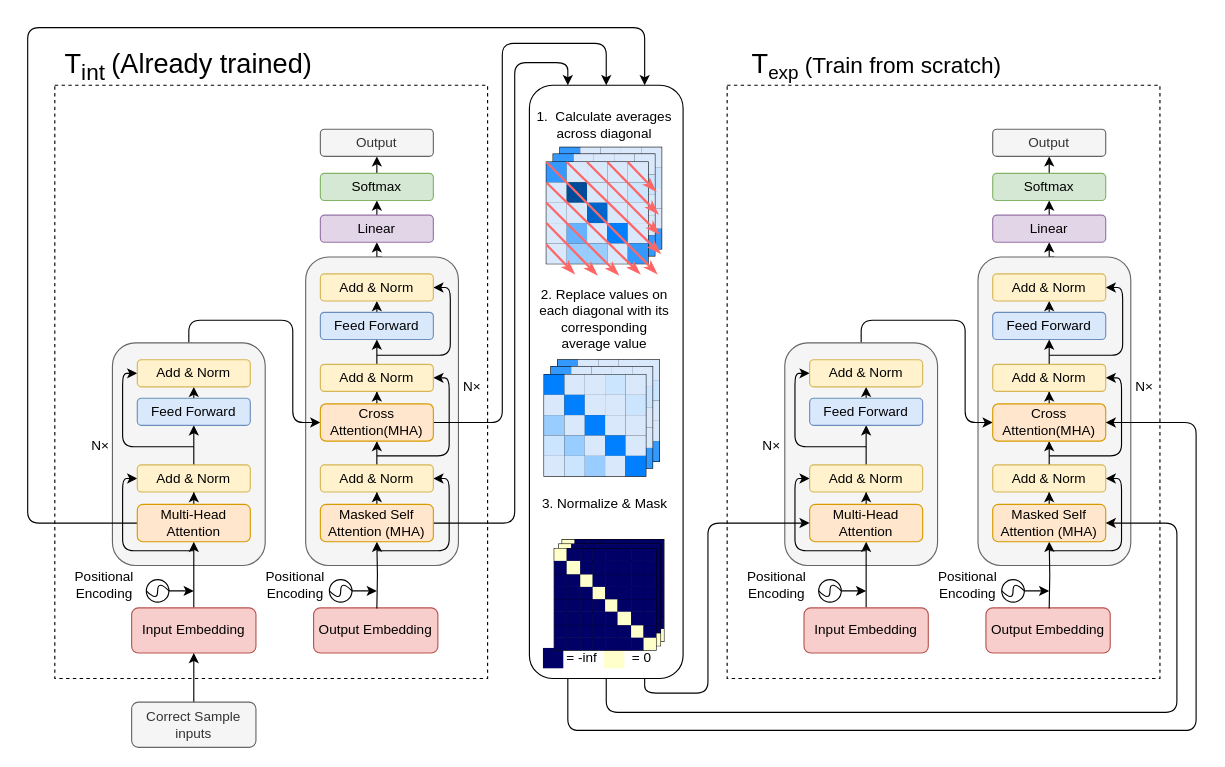
Above: graphs/Untitled Diagram.drawio in shaoxiongduan/AttentionBiasCalibration (draw.io), before the change. Source tidied: cells renumbered, new cells numbered last; positions are measured from the earlier drawing's top-left corner, leaving out a move shared by most shapes. Both pictures are drawn from the tidied source at 113%, with x=0, y=0 at pixel (27, 27).
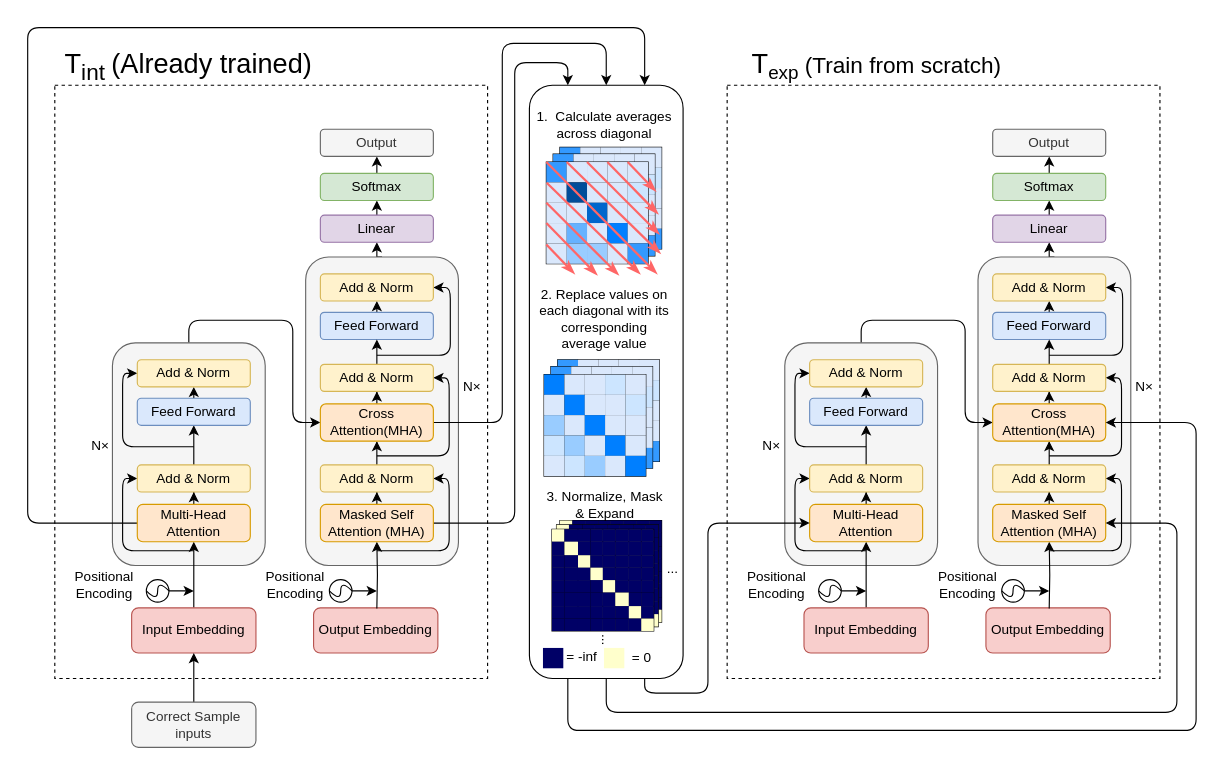
The same page after the edit.

Unchanged cells that the change refers to:
```xml
<mxCell id="308" style="group;" parent="1" vertex="1">
  <mxGeometry x="469" y="421" width="116" height="126" as="geometry" />
</mxCell>
```

Change to the diagram source:
```diff
@@
     <mxCell id="309" style="shape=table;startSize=0;childLayout=tableLayout;fontSize=16;" parent="308" vertex="1">
-      <mxGeometry x="4" y="32.1" width="90" height="90" as="geometry" />
+      <mxGeometry x="2" y="15.1" width="90" height="90" as="geometry" />
     </mxCell>
@@
-    <mxCell id="382" value="3. Normalize &amp;amp; Mask" style="text;html=1;strokeColor=none;fillColor=none;align=center;verticalAlign=middle;whiteSpace=wrap;rounded=0;" parent="1" vertex="1">
+    <mxCell id="382" value="3. Normalize, Mask &amp;amp; Expand" style="text;html=1;strokeColor=none;fillColor=none;align=center;verticalAlign=middle;whiteSpace=wrap;rounded=0;" parent="1" vertex="1">
       <mxGeometry x="452.5" y="407.9" width="115.5" height="28" as="geometry" />
     </mxCell>
@@
     <mxCell id="384" value="&amp;nbsp;= -inf" style="text;html=1;strokeColor=none;fillColor=none;align=center;verticalAlign=middle;whiteSpace=wrap;rounded=0;" parent="1" vertex="1">
-      <mxGeometry x="459" y="542.9" width="60" height="30" as="geometry" />
+      <mxGeometry x="459" y="541.9" width="60" height="30" as="geometry" />
     </mxCell>
@@
     <mxCell id="389" style="group;" parent="1" vertex="1">
-      <mxGeometry x="466" y="424.9" width="116" height="126" as="geometry" />
+      <mxGeometry x="466" y="424.9" width="127" height="126" as="geometry" />
     </mxCell>
     <mxCell id="390" style="shape=table;startSize=0;childLayout=tableLayout;fontSize=16;" parent="389" vertex="1">
-      <mxGeometry x="4" y="32.1" width="90" height="90" as="geometry" />
+      <mxGeometry x="2" y="15.1" width="90" height="90" as="geometry" />
     </mxCell>
@@
     <mxCell id="463" style="shape=table;startSize=0;childLayout=tableLayout;fontSize=16;" parent="389" vertex="1">
-      <mxGeometry y="36" width="90" height="90" as="geometry" />
+      <mxGeometry x="-2" y="19" width="90" height="90" as="geometry" />
     </mxCell>
@@
+    <mxCell id="536" value="..." style="text;html=1;strokeColor=none;fillColor=none;align=center;verticalAlign=middle;whiteSpace=wrap;rounded=0;" parent="389" vertex="1">
+      <mxGeometry x="75" y="39.1" width="60" height="30" as="geometry" />
+    </mxCell>
+    <mxCell id="537" value="..." style="text;html=1;strokeColor=none;fillColor=none;align=center;verticalAlign=middle;whiteSpace=wrap;rounded=0;rotation=90;" parent="389" vertex="1">
+      <mxGeometry x="17" y="102.1" width="60" height="30" as="geometry" />
+    </mxCell>
```
